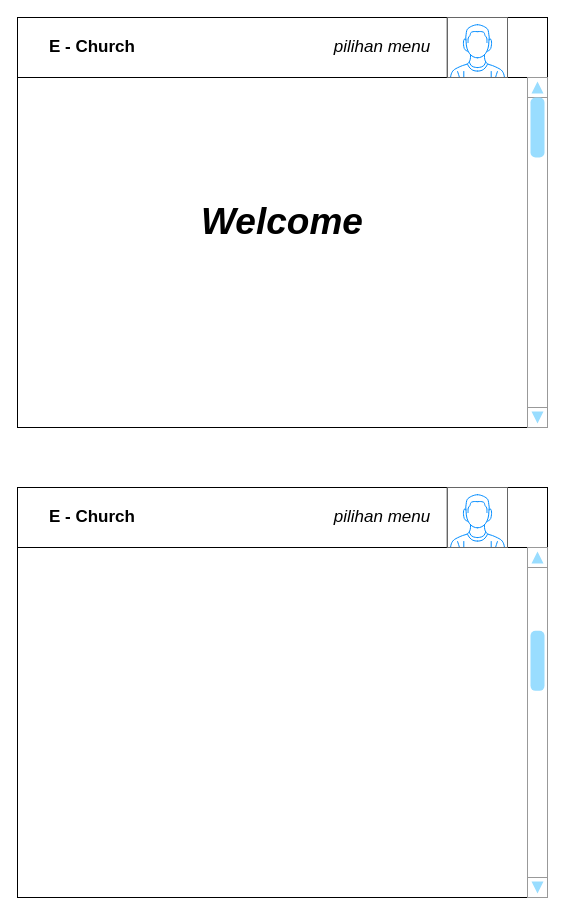
Above: Wireframe.drawio in Raymond-15/requirements (draw.io), before the change. Source tidied: cells renumbered, new cells numbered last; positions are measured from the earlier drawing's top-left corner, leaving out a move shared by most shapes. Both pictures are drawn from the tidied source at 100%, with x=0, y=0 at pixel (17, 17).
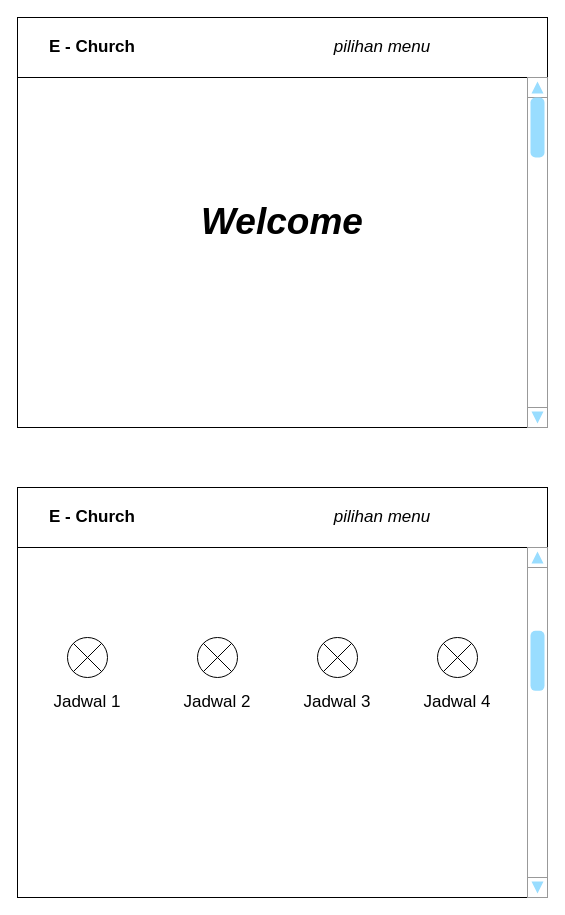
After the change.

The change refers to these unchanged cells:
```xml
<mxCell id="6" style="group;" parent="5" vertex="1">
  <mxGeometry width="530" height="60" as="geometry" />
</mxCell>
<mxCell id="12" style="group;" parent="11" vertex="1">
  <mxGeometry width="530" height="60" as="geometry" />
</mxCell>
```

What changed in the source:
```diff
@@
-    <mxCell id="9" style="verticalLabelPosition=bottom;shadow=0;dashed=0;align=center;html=1;verticalAlign=top;strokeWidth=1;shape=mxgraph.mockup.containers.userMale;strokeColor=#666666;strokeColor2=#008cff;fontSize=37;sketch=0;" parent="6" vertex="1">
-      <mxGeometry x="430" width="60" height="60" as="geometry" />
-    </mxCell>
@@
-    <mxCell id="15" style="verticalLabelPosition=bottom;shadow=0;dashed=0;align=center;html=1;verticalAlign=top;strokeWidth=1;shape=mxgraph.mockup.containers.userMale;strokeColor=#666666;strokeColor2=#008cff;fontSize=37;sketch=0;" parent="12" vertex="1">
-      <mxGeometry x="430" width="60" height="60" as="geometry" />
-    </mxCell>
@@
+    <mxCell id="19" style="shape=sumEllipse;perimeter=ellipsePerimeter;whiteSpace=wrap;html=1;backgroundOutline=1;sketch=0;fontSize=37;" parent="1" vertex="1">
+      <mxGeometry x="50" y="620" width="40" height="40" as="geometry" />
+    </mxCell>
+    <mxCell id="20" style="shape=sumEllipse;perimeter=ellipsePerimeter;whiteSpace=wrap;html=1;backgroundOutline=1;sketch=0;fontSize=37;" parent="1" vertex="1">
+      <mxGeometry x="180" y="620" width="40" height="40" as="geometry" />
+    </mxCell>
+    <mxCell id="21" style="shape=sumEllipse;perimeter=ellipsePerimeter;whiteSpace=wrap;html=1;backgroundOutline=1;sketch=0;fontSize=37;" parent="1" vertex="1">
+      <mxGeometry x="300" y="620" width="40" height="40" as="geometry" />
+    </mxCell>
+    <mxCell id="22" style="shape=sumEllipse;perimeter=ellipsePerimeter;whiteSpace=wrap;html=1;backgroundOutline=1;sketch=0;fontSize=37;" parent="1" vertex="1">
+      <mxGeometry x="420" y="620" width="40" height="40" as="geometry" />
+    </mxCell>
+    <mxCell id="23" value="Jadwal 1" style="text;html=1;strokeColor=none;fillColor=none;align=center;verticalAlign=middle;whiteSpace=wrap;rounded=0;sketch=0;fontSize=17;" parent="1" vertex="1">
+      <mxGeometry x="35" y="670" width="70" height="30" as="geometry" />
+    </mxCell>
+    <mxCell id="24" value="Jadwal 2" style="text;html=1;strokeColor=none;fillColor=none;align=center;verticalAlign=middle;whiteSpace=wrap;rounded=0;sketch=0;fontSize=17;" parent="1" vertex="1">
+      <mxGeometry x="165" y="670" width="70" height="30" as="geometry" />
+    </mxCell>
+    <mxCell id="25" value="Jadwal 3" style="text;html=1;strokeColor=none;fillColor=none;align=center;verticalAlign=middle;whiteSpace=wrap;rounded=0;sketch=0;fontSize=17;" parent="1" vertex="1">
+      <mxGeometry x="285" y="670" width="70" height="30" as="geometry" />
+    </mxCell>
+    <mxCell id="26" value="Jadwal 4" style="text;html=1;strokeColor=none;fillColor=none;align=center;verticalAlign=middle;whiteSpace=wrap;rounded=0;sketch=0;fontSize=17;" parent="1" vertex="1">
+      <mxGeometry x="405" y="670" width="70" height="30" as="geometry" />
+    </mxCell>
```
